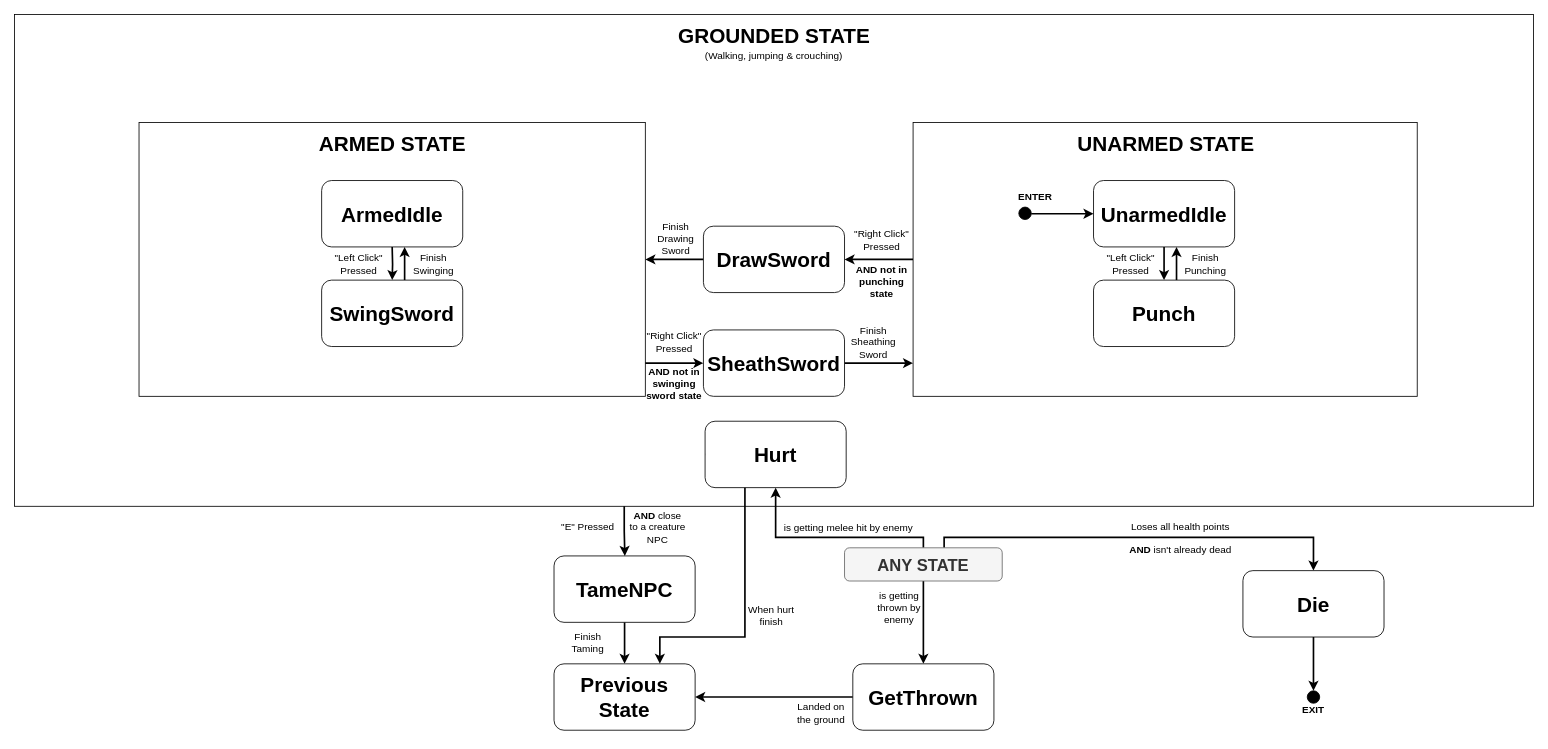
The draw.io diagram page "Page-2" (1 of 2) of player_fsm.drawio in Aster0/GMAI_Project, before the edit. Source tidied: cells renumbered, new cells numbered last; positions are measured from the earlier drawing's top-left corner, leaving out a move shared by most shapes. Both pictures are drawn from the tidied source at 83%, with x=0, y=0 at pixel (14, 14).
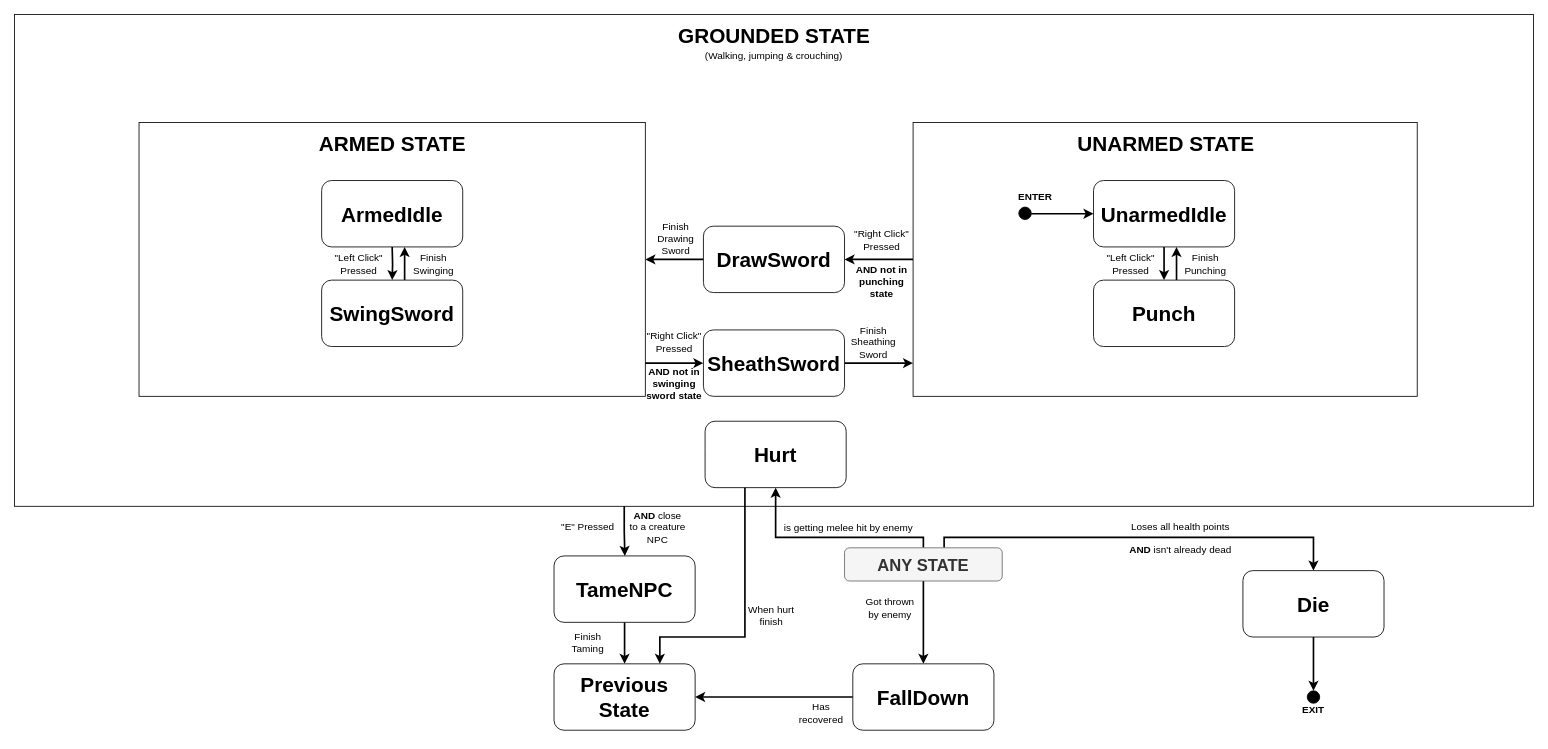
The same diagram, later.

Change to the diagram source:
```diff
@@
-    <mxCell id="46" value="&lt;font style=&quot;font-size: 25px;&quot;&gt;&lt;b&gt;GetThrown&lt;/b&gt;&lt;/font&gt;" style="rounded=1;whiteSpace=wrap;html=1;" parent="1" vertex="1">
+    <mxCell id="46" value="&lt;font style=&quot;font-size: 25px;&quot;&gt;&lt;b&gt;FallDown&lt;/b&gt;&lt;/font&gt;" style="rounded=1;whiteSpace=wrap;html=1;" parent="1" vertex="1">
       <mxGeometry x="1010" y="782.3" width="170" height="80" as="geometry" />
     </mxCell>
-    <mxCell id="47" value="is getting thrown by enemy" style="text;html=1;strokeColor=none;fillColor=none;align=center;verticalAlign=middle;whiteSpace=wrap;rounded=0;fontSize=12;" parent="1" vertex="1">
-      <mxGeometry x="1031" y="690" width="70" height="50" as="geometry" />
+    <mxCell id="47" value="Got thrown by enemy" style="text;html=1;strokeColor=none;fillColor=none;align=center;verticalAlign=middle;whiteSpace=wrap;rounded=0;fontSize=12;" parent="1" vertex="1">
+      <mxGeometry x="1020" y="690" width="70" height="50" as="geometry" />
     </mxCell>
@@
-    <mxCell id="51" value="Landed on the ground" style="text;html=1;strokeColor=none;fillColor=none;align=center;verticalAlign=middle;whiteSpace=wrap;rounded=0;fontSize=12;" parent="1" vertex="1">
+    <mxCell id="51" value="Has recovered" style="text;html=1;strokeColor=none;fillColor=none;align=center;verticalAlign=middle;whiteSpace=wrap;rounded=0;fontSize=12;" parent="1" vertex="1">
       <mxGeometry x="937" y="817" width="70" height="50" as="geometry" />
     </mxCell>
```
